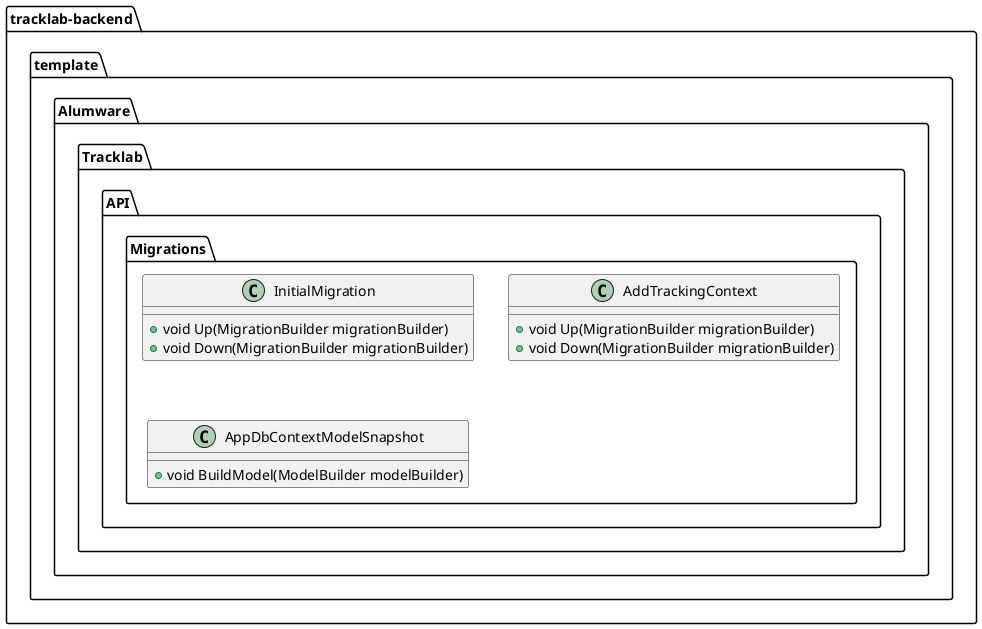
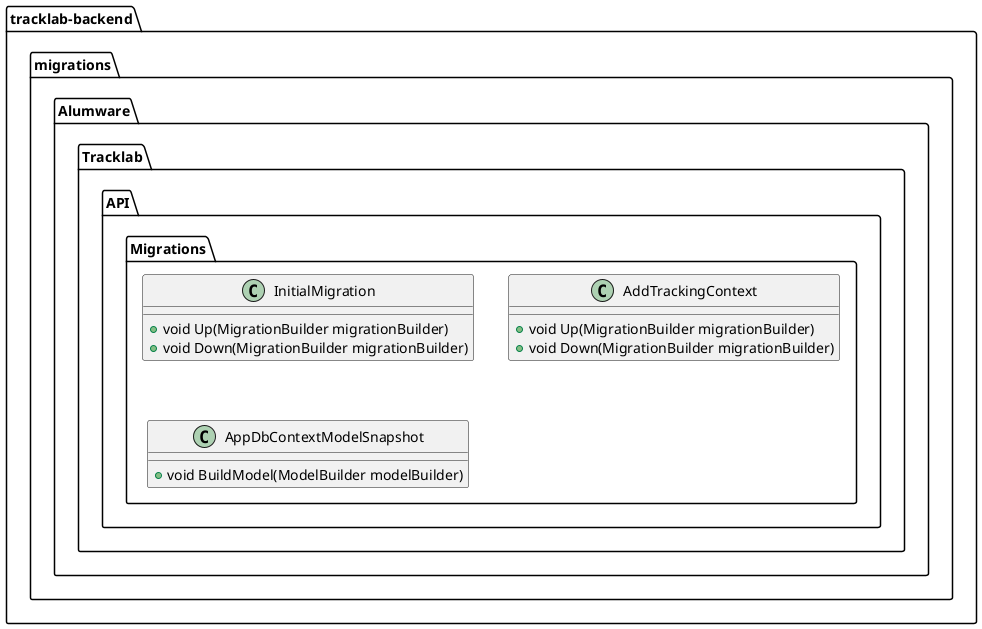
@startuml
package tracklab-backend as tracklab_backend {
-     package template {
+     package migrations {
        namespace Alumware.Tracklab.API.Migrations {
            class InitialMigration {
                + void Up(MigrationBuilder migrationBuilder)
                + void Down(MigrationBuilder migrationBuilder)
            }
            class AddTrackingContext {
                + void Up(MigrationBuilder migrationBuilder)
                + void Down(MigrationBuilder migrationBuilder)
            }
            class AppDbContextModelSnapshot {
                + void BuildModel(ModelBuilder modelBuilder)
            }
        }
    }
- }+ }
+ @enduml